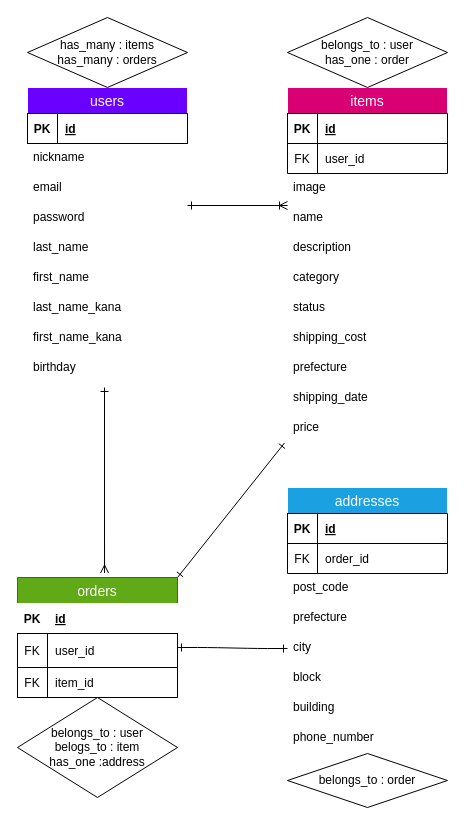
The draw.io diagram test.dio in asakiiing/furima-38632, before the edit. Source tidied: cells renumbered, new cells numbered last; positions are measured from the earlier drawing's top-left corner, leaving out a move shared by most shapes. Both pictures are drawn from the tidied source at 100%, with x=0, y=0 at pixel (17, 17).
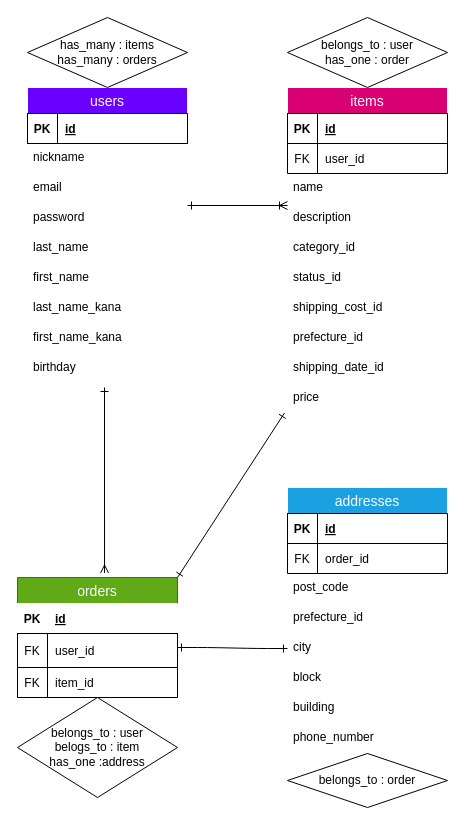
Above is the later version.

Unchanged cells that the change refers to:
```xml
<mxCell id="45" value="addresses" style="swimlane;fontStyle=0;horizontal=1;startSize=26;align=center;fontSize=14;strokeColor=#FFFFFF;fillColor=#1ba1e2;fontColor=#ffffff;" parent="1" vertex="1">
  <mxGeometry x="270" y="470" width="160" height="266" as="geometry" />
</mxCell>
```

The edit, as a diff of the source:
```diff
@@
     <mxCell id="15" value="items" style="swimlane;fontStyle=0;horizontal=1;startSize=26;align=center;fontSize=14;fillColor=#d80073;fontColor=#ffffff;strokeColor=#FFFFFF;" parent="1" vertex="1">
-      <mxGeometry x="270" y="70" width="160" height="356" as="geometry" />
+      <mxGeometry x="270" y="70" width="160" height="326" as="geometry" />
     </mxCell>
@@
-    <mxCell id="23" value="image" style="text;strokeColor=none;fillColor=none;spacingLeft=4;spacingRight=4;overflow=hidden;fontSize=12;" parent="15" vertex="1">
-      <mxGeometry y="86" width="160" height="30" as="geometry" />
-    </mxCell>
     <mxCell id="24" value="name" style="text;strokeColor=none;fillColor=none;spacingLeft=4;spacingRight=4;overflow=hidden;fontSize=12;" parent="15" vertex="1">
-      <mxGeometry y="116" width="160" height="30" as="geometry" />
+      <mxGeometry y="86" width="160" height="30" as="geometry" />
     </mxCell>
     <mxCell id="25" value="description" style="text;strokeColor=none;fillColor=none;spacingLeft=4;spacingRight=4;overflow=hidden;fontSize=12;" parent="15" vertex="1">
-      <mxGeometry y="146" width="160" height="30" as="geometry" />
+      <mxGeometry y="116" width="160" height="30" as="geometry" />
     </mxCell>
-    <mxCell id="26" value="category" style="text;strokeColor=none;fillColor=none;spacingLeft=4;spacingRight=4;overflow=hidden;fontSize=12;" parent="15" vertex="1">
-      <mxGeometry y="176" width="160" height="30" as="geometry" />
+    <mxCell id="26" value="category_id" style="text;strokeColor=none;fillColor=none;spacingLeft=4;spacingRight=4;overflow=hidden;fontSize=12;" parent="15" vertex="1">
+      <mxGeometry y="146" width="160" height="30" as="geometry" />
     </mxCell>
-    <mxCell id="27" value="status" style="text;strokeColor=none;fillColor=none;spacingLeft=4;spacingRight=4;overflow=hidden;fontSize=12;" parent="15" vertex="1">
-      <mxGeometry y="206" width="160" height="30" as="geometry" />
+    <mxCell id="27" value="status_id" style="text;strokeColor=none;fillColor=none;spacingLeft=4;spacingRight=4;overflow=hidden;fontSize=12;" parent="15" vertex="1">
+      <mxGeometry y="176" width="160" height="30" as="geometry" />
     </mxCell>
-    <mxCell id="28" value="shipping_cost" style="text;strokeColor=none;fillColor=none;spacingLeft=4;spacingRight=4;overflow=hidden;fontSize=12;" parent="15" vertex="1">
-      <mxGeometry y="236" width="160" height="30" as="geometry" />
+    <mxCell id="28" value="shipping_cost_id" style="text;strokeColor=none;fillColor=none;spacingLeft=4;spacingRight=4;overflow=hidden;fontSize=12;" parent="15" vertex="1">
+      <mxGeometry y="206" width="160" height="30" as="geometry" />
     </mxCell>
-    <mxCell id="29" value="prefecture" style="text;strokeColor=none;fillColor=none;spacingLeft=4;spacingRight=4;overflow=hidden;fontSize=12;" parent="15" vertex="1">
-      <mxGeometry y="266" width="160" height="30" as="geometry" />
+    <mxCell id="29" value="prefecture_id" style="text;strokeColor=none;fillColor=none;spacingLeft=4;spacingRight=4;overflow=hidden;fontSize=12;" parent="15" vertex="1">
+      <mxGeometry y="236" width="160" height="30" as="geometry" />
     </mxCell>
-    <mxCell id="30" value="shipping_date" style="text;strokeColor=none;fillColor=none;spacingLeft=4;spacingRight=4;overflow=hidden;fontSize=12;" parent="15" vertex="1">
-      <mxGeometry y="296" width="160" height="30" as="geometry" />
+    <mxCell id="30" value="shipping_date_id" style="text;strokeColor=none;fillColor=none;spacingLeft=4;spacingRight=4;overflow=hidden;fontSize=12;" parent="15" vertex="1">
+      <mxGeometry y="266" width="160" height="30" as="geometry" />
     </mxCell>
     <mxCell id="31" value="price" style="text;strokeColor=none;fillColor=none;spacingLeft=4;spacingRight=4;overflow=hidden;points=[[0,0.5],[1,0.5]];portConstraint=eastwest;fontSize=12;" parent="15" vertex="1">
-      <mxGeometry y="326" width="160" height="30" as="geometry" />
+      <mxGeometry y="296" width="160" height="30" as="geometry" />
     </mxCell>
@@
-    <mxCell id="54" value="prefecture" style="text;strokeColor=none;fillColor=none;spacingLeft=4;spacingRight=4;overflow=hidden;fontSize=12;" parent="45" vertex="1">
+    <mxCell id="54" value="prefecture_id" style="text;strokeColor=none;fillColor=none;spacingLeft=4;spacingRight=4;overflow=hidden;fontSize=12;" parent="45" vertex="1">
       <mxGeometry y="116" width="160" height="30" as="geometry" />
     </mxCell>
```
